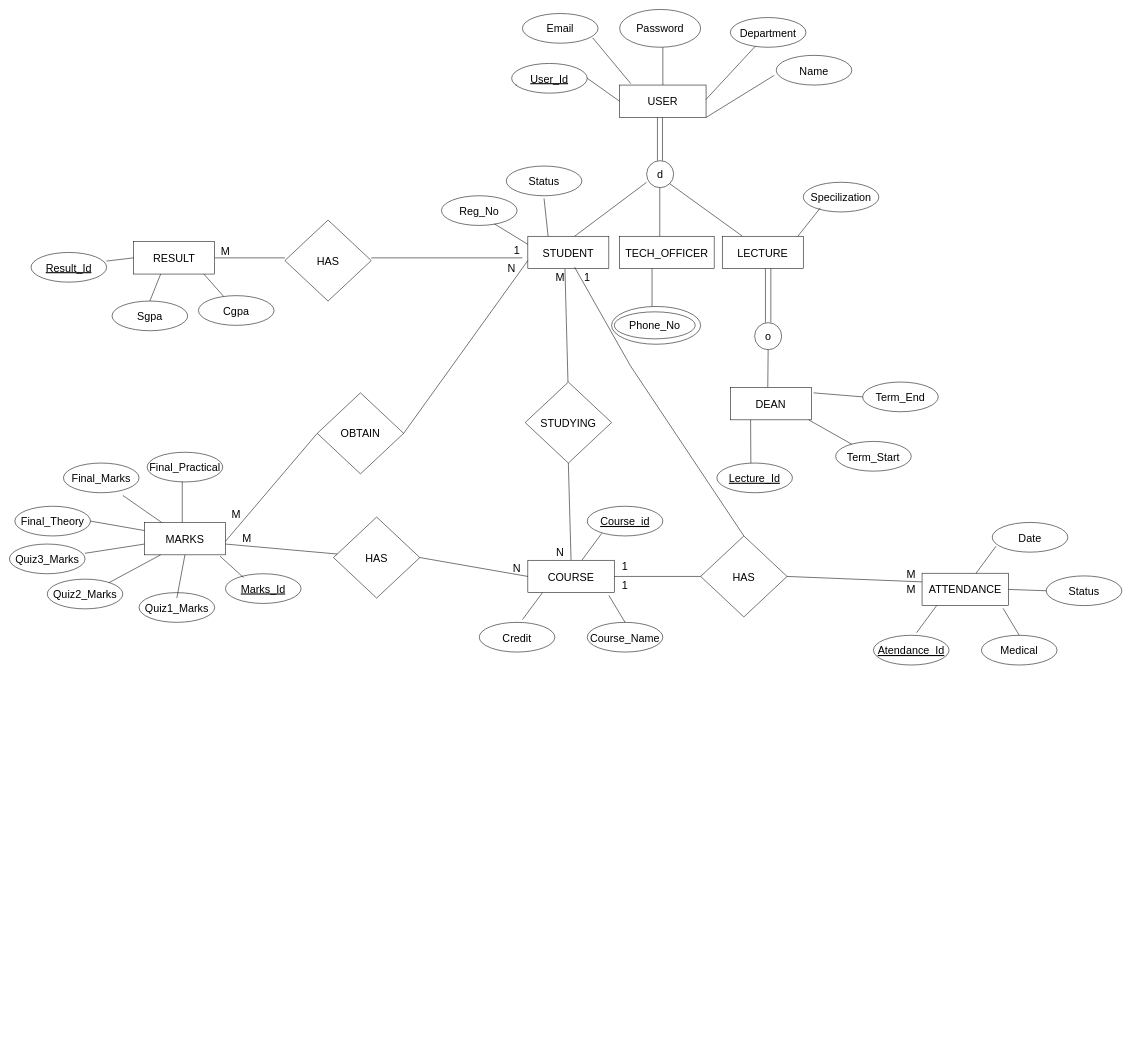
Earlier version of the draw.io diagram Document/ER.drawio (nuwangi2003/database_project). Source tidied: cells renumbered, new cells numbered last; positions are measured from the earlier drawing's top-left corner, leaving out a move shared by most shapes. Both pictures are drawn from the tidied source at 54%, with x=0, y=0 at pixel (9, 9).
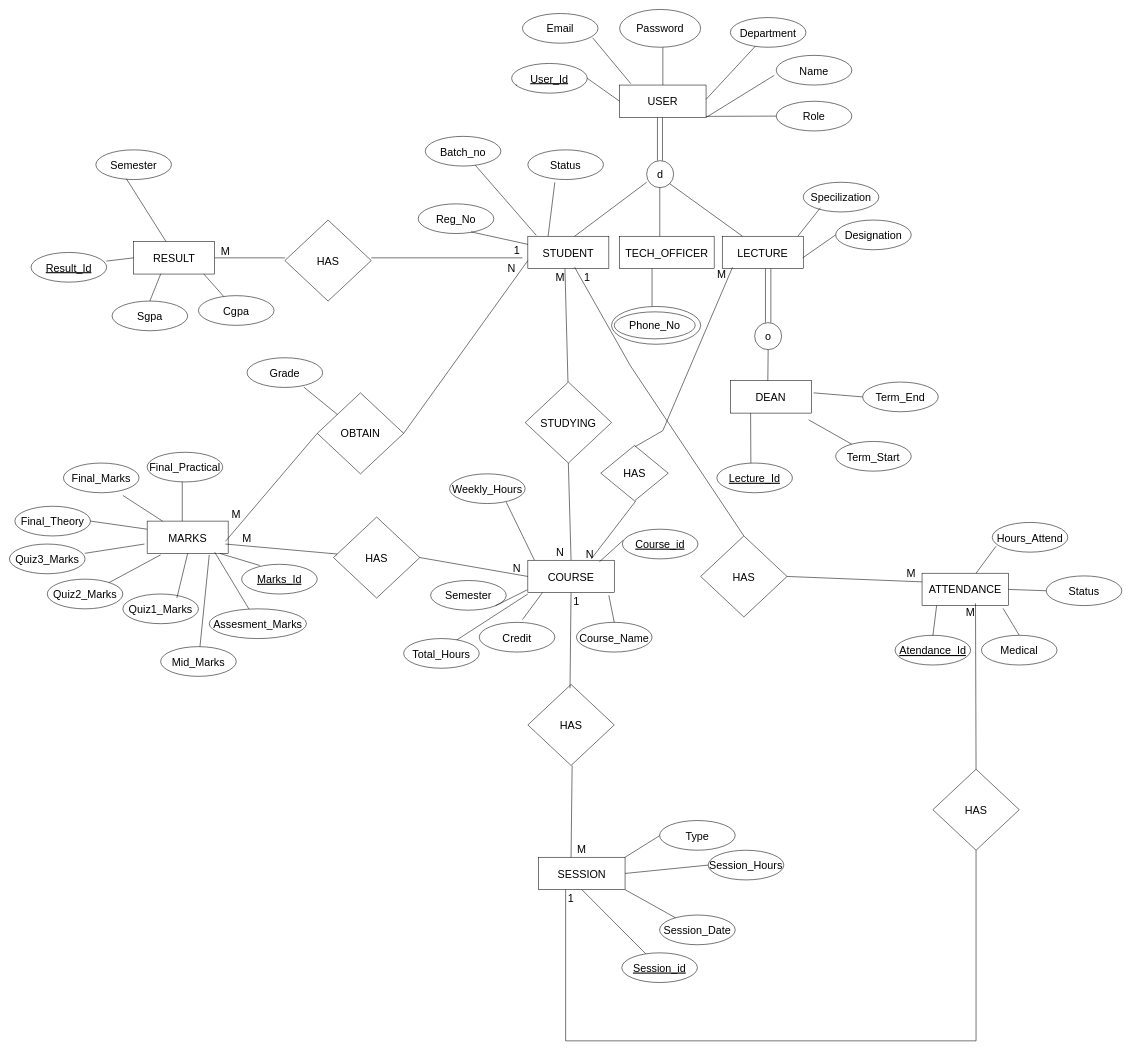
After the change.

The change refers to these unchanged cells:
```xml
<mxCell id="19" value="&lt;font&gt;STUDENT&lt;/font&gt;" style="rounded=0;whiteSpace=wrap;html=1;fontSize=20;" parent="1" vertex="1">
  <mxGeometry x="960" y="420" width="150" height="60" as="geometry" />
</mxCell>
<mxCell id="25" value="&lt;font&gt;COURSE&lt;/font&gt;" style="rounded=0;whiteSpace=wrap;html=1;fontSize=20;" parent="1" vertex="1">
  <mxGeometry x="960" y="1020" width="160" height="60" as="geometry" />
</mxCell>
<mxCell id="40" value="OBTAIN" style="rhombus;whiteSpace=wrap;html=1;fontSize=20;" parent="1" vertex="1">
  <mxGeometry x="570" y="710" width="160" height="150" as="geometry" />
</mxCell>
<mxCell id="45" value="&lt;font&gt;RESULT&lt;/font&gt;" style="rounded=0;whiteSpace=wrap;html=1;fontSize=20;" parent="1" vertex="1">
  <mxGeometry x="230" y="430" width="150" height="60" as="geometry" />
</mxCell>
<mxCell id="65" value="HAS" style="rhombus;whiteSpace=wrap;html=1;fontSize=20;" parent="1" vertex="1">
  <mxGeometry x="1280" y="975" width="160" height="150" as="geometry" />
</mxCell>
```

The edit, as a diff of the source:
```diff
@@
     <mxCell id="27" style="endArrow=none;html=1;rounded=0;exitX=0.25;exitY=0;exitDx=0;exitDy=0;fontSize=20;" parent="1" edge="1" source="19">
       <mxGeometry relative="1" as="geometry">
-        <mxPoint x="990" y="350" as="targetPoint" />
+        <mxPoint x="1010" y="320" as="targetPoint" />
       </mxGeometry>
     </mxCell>
     <mxCell id="28" value="Status" style="ellipse;whiteSpace=wrap;html=1;fontSize=20;" parent="1" vertex="1">
-      <mxGeometry x="920" y="290" width="140" height="55" as="geometry" />
+      <mxGeometry x="960" y="260" width="140" height="55" as="geometry" />
     </mxCell>
@@
     <mxCell id="35" value="&lt;font&gt;DEAN&lt;/font&gt;" style="rounded=0;whiteSpace=wrap;html=1;fontSize=20;" parent="1" vertex="1">
-      <mxGeometry x="1335" y="700" width="150" height="60" as="geometry" />
+      <mxGeometry x="1335" y="687.5" width="150" height="60" as="geometry" />
     </mxCell>
@@
     <mxCell id="43" value="&lt;font&gt;MARKS&lt;/font&gt;" style="rounded=0;whiteSpace=wrap;html=1;fontSize=20;" parent="1" vertex="1">
-      <mxGeometry x="250" y="950" width="150" height="60" as="geometry" />
+      <mxGeometry x="255" y="947.5" width="150" height="60" as="geometry" />
     </mxCell>
@@
     <mxCell id="50" value="&lt;u&gt;Marks_Id&lt;/u&gt;" style="ellipse;whiteSpace=wrap;html=1;fontSize=20;" parent="1" vertex="1">
-      <mxGeometry x="400" y="1045" width="140" height="55" as="geometry" />
+      <mxGeometry x="430" y="1027.5" width="140" height="55" as="geometry" />
     </mxCell>
     <mxCell id="51" value="Quiz1_Marks" style="ellipse;whiteSpace=wrap;html=1;fontSize=20;" parent="1" vertex="1">
-      <mxGeometry x="240" y="1080" width="140" height="55" as="geometry" />
+      <mxGeometry x="210" y="1082.5" width="140" height="55" as="geometry" />
     </mxCell>
@@
-    <mxCell id="54" style="endArrow=none;html=1;rounded=0;exitX=0.24;exitY=0.13;exitDx=0;exitDy=0;exitPerimeter=0;fontSize=20;" parent="1" edge="1" source="50">
+    <mxCell id="54" style="endArrow=none;html=1;rounded=0;exitX=0.24;exitY=0.13;exitDx=0;exitDy=0;exitPerimeter=0;fontSize=20;" parent="1" edge="1">
       <mxGeometry relative="1" as="geometry">
-        <mxPoint x="390" y="1012.5" as="targetPoint" />
+        <mxPoint x="463.6" y="1029.7" as="sourcePoint" />
+        <mxPoint x="390" y="1007.5" as="targetPoint" />
       </mxGeometry>
     </mxCell>
@@
-    <mxCell id="68" style="endArrow=none;html=1;rounded=0;entryX=0;entryY=0.5;entryDx=0;entryDy=0;exitX=1;exitY=0.5;exitDx=0;exitDy=0;fontSize=20;" parent="1" edge="1" source="25" target="65">
-      <mxGeometry relative="1" as="geometry" />
-    </mxCell>
@@
     <mxCell id="71" value="Course_Name" style="ellipse;whiteSpace=wrap;html=1;fontSize=20;" parent="1" vertex="1">
-      <mxGeometry x="1070" y="1135" width="140" height="55" as="geometry" />
+      <mxGeometry x="1050" y="1135" width="140" height="55" as="geometry" />
     </mxCell>
     <mxCell id="72" value="&lt;u&gt;Course_id&lt;/u&gt;" style="ellipse;whiteSpace=wrap;html=1;fontSize=20;" parent="1" vertex="1">
-      <mxGeometry x="1070" y="920" width="140" height="55" as="geometry" />
+      <mxGeometry x="1135" y="962.5" width="140" height="55" as="geometry" />
     </mxCell>
@@
-    <mxCell id="74" style="endArrow=none;html=1;rounded=0;fontSize=20;" parent="1" edge="1">
-      <mxGeometry relative="1" as="geometry">
-        <mxPoint x="1060" y="1020" as="sourcePoint" />
-        <mxPoint x="1097" y="970" as="targetPoint" />
-      </mxGeometry>
+    <mxCell id="74" style="endArrow=none;html=1;rounded=0;fontSize=20;entryX=0.012;entryY=0.371;entryDx=0;entryDy=0;entryPerimeter=0;exitX=0.828;exitY=0.049;exitDx=0;exitDy=0;exitPerimeter=0;" parent="1" edge="1" source="25" target="72">
+      <mxGeometry relative="1" as="geometry" />
     </mxCell>
@@
     <mxCell id="82" value="Reg_No" style="ellipse;whiteSpace=wrap;html=1;fontSize=20;" parent="1" vertex="1">
-      <mxGeometry x="800" y="345" width="140" height="55" as="geometry" />
+      <mxGeometry x="757" y="360" width="140" height="55" as="geometry" />
     </mxCell>
@@
     <mxCell id="87" value="&lt;u&gt;Atendance_Id&lt;/u&gt;" style="ellipse;whiteSpace=wrap;html=1;fontSize=20;" parent="1" vertex="1">
-      <mxGeometry x="1600" y="1159" width="140" height="55" as="geometry" />
+      <mxGeometry x="1640" y="1159" width="140" height="55" as="geometry" />
     </mxCell>
@@
-    <mxCell id="89" value="Date" style="ellipse;whiteSpace=wrap;html=1;fontSize=20;" parent="1" vertex="1">
+    <mxCell id="89" value="Hours_Attend" style="ellipse;whiteSpace=wrap;html=1;fontSize=20;" parent="1" vertex="1">
       <mxGeometry x="1820" y="950" width="140" height="55" as="geometry" />
     </mxCell>
     <mxCell id="90" style="endArrow=none;html=1;rounded=0;fontSize=20;" parent="1" edge="1">
       <mxGeometry relative="1" as="geometry">
-        <mxPoint x="1680" y="1154" as="sourcePoint" />
+        <mxPoint x="1710" y="1160" as="sourcePoint" />
         <mxPoint x="1717" y="1104" as="targetPoint" />
       </mxGeometry>
     </mxCell>
@@
-    <mxCell id="102" value="1" style="text;html=1;whiteSpace=wrap;strokeColor=none;fillColor=none;align=center;verticalAlign=middle;rounded=0;fontSize=20;" parent="1" vertex="1">
-      <mxGeometry x="1110" y="1015" width="60" height="30" as="geometry" />
-    </mxCell>
-    <mxCell id="103" value="M" style="text;html=1;whiteSpace=wrap;strokeColor=none;fillColor=none;align=center;verticalAlign=middle;rounded=0;fontSize=20;" parent="1" vertex="1">
-      <mxGeometry x="1640" y="1030" width="60" height="30" as="geometry" />
-    </mxCell>
@@
-    <mxCell id="107" value="1" style="text;html=1;whiteSpace=wrap;strokeColor=none;fillColor=none;align=center;verticalAlign=middle;rounded=0;fontSize=20;" parent="1" vertex="1">
-      <mxGeometry x="1110" y="1050" width="60" height="30" as="geometry" />
-    </mxCell>
-    <mxCell id="108" value="M" style="text;html=1;whiteSpace=wrap;strokeColor=none;fillColor=none;align=center;verticalAlign=middle;rounded=0;fontSize=20;" parent="1" vertex="1">
-      <mxGeometry x="1640" y="1057.5" width="60" height="30" as="geometry" />
-    </mxCell>
@@
+    <mxCell id="110" value="Role" style="ellipse;whiteSpace=wrap;html=1;fontSize=20;" parent="1" vertex="1">
+      <mxGeometry x="1420" y="170" width="140" height="55" as="geometry" />
+    </mxCell>
+    <mxCell id="111" style="endArrow=none;html=1;rounded=0;entryX=0;entryY=0.5;entryDx=0;entryDy=0;fontSize=20;" parent="1" edge="1" target="110">
+      <mxGeometry relative="1" as="geometry">
+        <mxPoint x="1290" y="198" as="sourcePoint" />
+      </mxGeometry>
+    </mxCell>
+    <mxCell id="112" value="Batch_no" style="ellipse;whiteSpace=wrap;html=1;fontSize=20;" parent="1" vertex="1">
+      <mxGeometry x="770" y="235" width="140" height="55" as="geometry" />
+    </mxCell>
+    <mxCell id="113" style="endArrow=none;html=1;rounded=0;exitX=0.104;exitY=-0.029;exitDx=0;exitDy=0;fontSize=20;exitPerimeter=0;" parent="1" edge="1" source="19" target="112">
+      <mxGeometry relative="1" as="geometry" />
+    </mxCell>
+    <mxCell id="114" value="Designation" style="ellipse;whiteSpace=wrap;html=1;fontSize=20;" parent="1" vertex="1">
+      <mxGeometry x="1530" y="390" width="140" height="55" as="geometry" />
+    </mxCell>
+    <mxCell id="115" style="endArrow=none;html=1;rounded=0;entryX=0.25;entryY=1;entryDx=0;entryDy=0;exitX=0;exitY=0.5;exitDx=0;exitDy=0;fontSize=20;" parent="1" edge="1" source="114">
+      <mxGeometry relative="1" as="geometry">
+        <mxPoint x="1469" y="460" as="targetPoint" />
+      </mxGeometry>
+    </mxCell>
+    <mxCell id="116" value="&lt;span&gt;SESSION&lt;/span&gt;" style="rounded=0;whiteSpace=wrap;html=1;fontSize=20;" parent="1" vertex="1">
+      <mxGeometry x="980" y="1570" width="160" height="60" as="geometry" />
+    </mxCell>
+    <mxCell id="117" value="Session_Date" style="ellipse;whiteSpace=wrap;html=1;fontSize=20;" parent="1" vertex="1">
+      <mxGeometry x="1204" y="1677" width="140" height="55" as="geometry" />
+    </mxCell>
+    <mxCell id="118" value="&lt;u&gt;Session_id&lt;/u&gt;" style="ellipse;whiteSpace=wrap;html=1;fontSize=20;" parent="1" vertex="1">
+      <mxGeometry x="1134" y="1747" width="140" height="55" as="geometry" />
+    </mxCell>
+    <mxCell id="119" value="Session_Hours" style="ellipse;whiteSpace=wrap;html=1;fontSize=20;" parent="1" vertex="1">
+      <mxGeometry x="1294" y="1557" width="140" height="55" as="geometry" />
+    </mxCell>
+    <mxCell id="120" value="Type" style="ellipse;whiteSpace=wrap;html=1;fontSize=20;" parent="1" vertex="1">
+      <mxGeometry x="1204" y="1502" width="140" height="55" as="geometry" />
+    </mxCell>
+    <mxCell id="121" style="endArrow=none;html=1;rounded=0;exitX=0;exitY=0.5;exitDx=0;exitDy=0;entryX=1;entryY=0.5;entryDx=0;entryDy=0;fontSize=20;" parent="1" edge="1" source="119" target="116">
+      <mxGeometry relative="1" as="geometry" />
+    </mxCell>
+    <mxCell id="122" style="endArrow=none;html=1;rounded=0;entryX=1;entryY=1;entryDx=0;entryDy=0;fontSize=20;" parent="1" edge="1" source="117" target="116">
+      <mxGeometry relative="1" as="geometry" />
+    </mxCell>
+    <mxCell id="123" style="endArrow=none;html=1;rounded=0;exitX=0;exitY=0.5;exitDx=0;exitDy=0;entryX=1;entryY=0;entryDx=0;entryDy=0;fontSize=20;" parent="1" edge="1" target="116">
+      <mxGeometry relative="1" as="geometry">
+        <mxPoint x="1204" y="1530" as="sourcePoint" />
+      </mxGeometry>
+    </mxCell>
+    <mxCell id="124" style="endArrow=none;html=1;rounded=0;entryX=0.5;entryY=1;entryDx=0;entryDy=0;fontSize=20;" parent="1" edge="1" source="118" target="116">
+      <mxGeometry relative="1" as="geometry" />
+    </mxCell>
+    <mxCell id="125" value="HAS" style="rhombus;whiteSpace=wrap;html=1;fontSize=20;" parent="1" vertex="1">
+      <mxGeometry x="960" y="1250" width="160" height="150" as="geometry" />
+    </mxCell>
+    <mxCell id="126" style="endArrow=none;html=1;rounded=0;exitX=0.5;exitY=1;exitDx=0;exitDy=0;fontSize=20;entryX=0.488;entryY=0.047;entryDx=0;entryDy=0;entryPerimeter=0;" parent="1" edge="1" source="25" target="125">
+      <mxGeometry relative="1" as="geometry" />
+    </mxCell>
+    <mxCell id="127" style="endArrow=none;html=1;rounded=0;exitX=0.5;exitY=1;exitDx=0;exitDy=0;fontSize=20;" parent="1" edge="1">
+      <mxGeometry relative="1" as="geometry">
+        <mxPoint x="1042" y="1400" as="sourcePoint" />
+        <mxPoint x="1040" y="1570" as="targetPoint" />
+      </mxGeometry>
+    </mxCell>
+    <mxCell id="128" value="HAS" style="rhombus;whiteSpace=wrap;html=1;fontSize=20;" parent="1" vertex="1">
+      <mxGeometry x="1710" y="1407" width="160" height="150" as="geometry" />
+    </mxCell>
+    <mxCell id="129" style="endArrow=none;html=1;rounded=0;fontSize=20;entryX=0.5;entryY=1;entryDx=0;entryDy=0;" parent="1" edge="1" target="128">
+      <mxGeometry relative="1" as="geometry">
+        <mxPoint x="1030" y="1630" as="sourcePoint" />
+        <Array as="points">
+          <mxPoint x="1030" y="1910" />
+          <mxPoint x="1790" y="1910" />
+        </Array>
+      </mxGeometry>
+    </mxCell>
+    <mxCell id="130" style="endArrow=none;html=1;rounded=0;fontSize=20;entryX=0.5;entryY=0;entryDx=0;entryDy=0;" parent="1" edge="1" target="128">
+      <mxGeometry relative="1" as="geometry">
+        <mxPoint x="1789" y="1100" as="sourcePoint" />
+      </mxGeometry>
+    </mxCell>
+    <mxCell id="131" value="M" style="text;html=1;whiteSpace=wrap;strokeColor=none;fillColor=none;align=center;verticalAlign=middle;rounded=0;fontSize=20;" parent="1" vertex="1">
+      <mxGeometry x="1640" y="1027.5" width="60" height="30" as="geometry" />
+    </mxCell>
+    <mxCell id="132" value="M" style="text;html=1;whiteSpace=wrap;strokeColor=none;fillColor=none;align=center;verticalAlign=middle;rounded=0;fontSize=20;" parent="1" vertex="1">
+      <mxGeometry x="1030" y="1540" width="60" height="30" as="geometry" />
+    </mxCell>
+    <mxCell id="133" value="1" style="text;html=1;whiteSpace=wrap;strokeColor=none;fillColor=none;align=center;verticalAlign=middle;rounded=0;fontSize=20;" parent="1" vertex="1">
+      <mxGeometry x="1020" y="1080" width="60" height="30" as="geometry" />
+    </mxCell>
+    <mxCell id="134" value="1" style="text;html=1;whiteSpace=wrap;strokeColor=none;fillColor=none;align=center;verticalAlign=middle;rounded=0;fontSize=20;" parent="1" vertex="1">
+      <mxGeometry x="1010" y="1630" width="60" height="30" as="geometry" />
+    </mxCell>
+    <mxCell id="135" value="M" style="text;html=1;whiteSpace=wrap;strokeColor=none;fillColor=none;align=center;verticalAlign=middle;rounded=0;fontSize=20;" parent="1" vertex="1">
+      <mxGeometry x="1750" y="1100" width="60" height="30" as="geometry" />
+    </mxCell>
+    <mxCell id="136" value="Mid_Marks" style="ellipse;whiteSpace=wrap;html=1;fontSize=20;" parent="1" vertex="1">
+      <mxGeometry x="280" y="1180" width="140" height="55" as="geometry" />
+    </mxCell>
+    <mxCell id="137" style="endArrow=none;html=1;rounded=0;entryX=0.5;entryY=1;entryDx=0;entryDy=0;fontSize=20;" parent="1" edge="1" source="136">
+      <mxGeometry relative="1" as="geometry">
+        <mxPoint x="370" y="1010" as="targetPoint" />
+      </mxGeometry>
+    </mxCell>
+    <mxCell id="138" value="Assesment_Marks" style="ellipse;whiteSpace=wrap;html=1;fontSize=20;" parent="1" vertex="1">
+      <mxGeometry x="370" y="1110" width="180" height="55" as="geometry" />
+    </mxCell>
+    <mxCell id="139" style="endArrow=none;html=1;rounded=0;entryX=0.5;entryY=1;entryDx=0;entryDy=0;fontSize=20;" parent="1" edge="1" source="138">
+      <mxGeometry relative="1" as="geometry">
+        <mxPoint x="380" y="1005" as="targetPoint" />
+      </mxGeometry>
+    </mxCell>
+    <mxCell id="140" value="Grade" style="ellipse;whiteSpace=wrap;html=1;fontSize=20;" parent="1" vertex="1">
+      <mxGeometry x="440" y="645" width="140" height="55" as="geometry" />
+    </mxCell>
+    <mxCell id="141" style="endArrow=none;html=1;rounded=0;fontSize=20;entryX=0.75;entryY=0.987;entryDx=0;entryDy=0;entryPerimeter=0;" parent="1" edge="1" source="40" target="140">
+      <mxGeometry relative="1" as="geometry" />
+    </mxCell>
+    <mxCell id="142" value="HAS" style="rhombus;whiteSpace=wrap;html=1;fontSize=20;" parent="1" vertex="1">
+      <mxGeometry x="1095" y="807.5" width="125" height="102.5" as="geometry" />
+    </mxCell>
+    <mxCell id="143" style="endArrow=none;html=1;rounded=0;entryX=0.5;entryY=1;entryDx=0;entryDy=0;fontSize=20;" parent="1" edge="1">
+      <mxGeometry relative="1" as="geometry">
+        <mxPoint x="1158" y="810" as="sourcePoint" />
+        <mxPoint x="1339" y="477.5" as="targetPoint" />
+        <Array as="points">
+          <mxPoint x="1210" y="780" />
+        </Array>
+      </mxGeometry>
+    </mxCell>
+    <mxCell id="144" style="endArrow=none;html=1;rounded=0;exitX=0.5;exitY=0;exitDx=0;exitDy=0;fontSize=20;entryX=0.5;entryY=1;entryDx=0;entryDy=0;" parent="1" edge="1">
+      <mxGeometry relative="1" as="geometry">
+        <mxPoint x="1077.5" y="1017.5" as="sourcePoint" />
+        <mxPoint x="1160" y="910" as="targetPoint" />
+      </mxGeometry>
+    </mxCell>
+    <mxCell id="145" value="N" style="text;html=1;whiteSpace=wrap;strokeColor=none;fillColor=none;align=center;verticalAlign=middle;rounded=0;fontSize=20;" parent="1" vertex="1">
+      <mxGeometry x="1060" y="997.5" width="30" height="20" as="geometry" />
+    </mxCell>
+    <mxCell id="146" value="M" style="text;html=1;whiteSpace=wrap;strokeColor=none;fillColor=none;align=center;verticalAlign=middle;rounded=0;fontSize=20;" parent="1" vertex="1">
+      <mxGeometry x="1294" y="480" width="50" height="20" as="geometry" />
+    </mxCell>
+    <mxCell id="147" value="Semester" style="ellipse;whiteSpace=wrap;html=1;fontSize=20;" parent="1" vertex="1">
+      <mxGeometry x="780" y="1057.5" width="140" height="55" as="geometry" />
+    </mxCell>
+    <mxCell id="148" style="endArrow=none;html=1;rounded=0;fontSize=20;exitX=1;exitY=1;exitDx=0;exitDy=0;" parent="1" edge="1" source="147">
+      <mxGeometry relative="1" as="geometry">
+        <mxPoint x="958.5" y="1075" as="targetPoint" />
+      </mxGeometry>
+    </mxCell>
+    <mxCell id="149" style="endArrow=none;html=1;rounded=0;fontSize=20;exitX=0.662;exitY=0.115;exitDx=0;exitDy=0;exitPerimeter=0;" parent="1" edge="1" source="150">
+      <mxGeometry relative="1" as="geometry">
+        <mxPoint x="960" y="1082.5" as="targetPoint" />
+      </mxGeometry>
+    </mxCell>
+    <mxCell id="150" value="Total_Hours" style="ellipse;whiteSpace=wrap;html=1;fontSize=20;" parent="1" vertex="1">
+      <mxGeometry x="730" y="1165" width="140" height="55" as="geometry" />
+    </mxCell>
+    <mxCell id="151" value="Weekly_Hours" style="ellipse;whiteSpace=wrap;html=1;fontSize=20;" parent="1" vertex="1">
+      <mxGeometry x="815" y="860" width="140" height="55" as="geometry" />
+    </mxCell>
+    <mxCell id="152" style="endArrow=none;html=1;rounded=0;fontSize=20;exitX=0.076;exitY=-0.004;exitDx=0;exitDy=0;exitPerimeter=0;" parent="1" edge="1" source="25">
+      <mxGeometry relative="1" as="geometry">
+        <mxPoint x="920" y="912.5" as="targetPoint" />
+      </mxGeometry>
+    </mxCell>
+    <mxCell id="153" value="Semester" style="ellipse;whiteSpace=wrap;html=1;fontSize=20;" parent="1" vertex="1">
+      <mxGeometry x="160" y="260" width="140" height="55" as="geometry" />
+    </mxCell>
+    <mxCell id="154" style="endArrow=none;html=1;rounded=0;fontSize=20;entryX=0.4;entryY=0;entryDx=0;entryDy=0;entryPerimeter=0;exitX=0.403;exitY=0.971;exitDx=0;exitDy=0;exitPerimeter=0;" parent="1" edge="1" source="153" target="45">
+      <mxGeometry relative="1" as="geometry" />
+    </mxCell>
```
